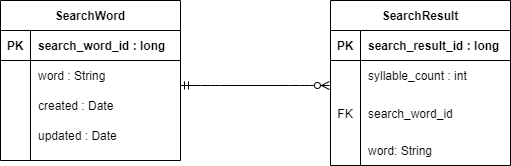
Curtis19-99/freestyle-rhyme keeps this draw.io diagram as docs/img/erd.png. Above is the earlier version. Source tidied: cells renumbered, new cells last; positions are measured from the earlier drawing's top-left corner, leaving out a move shared by most shapes.
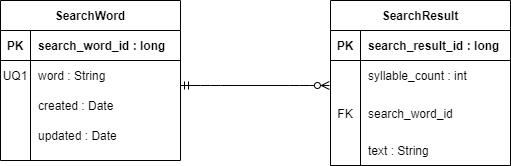
After the commit.

The edit, as a diff of the source:
```diff
@@ -17,7 +17,7 @@
     <mxCell id="6" style="shape=partialRectangle;fillColor=none;top=0;left=0;bottom=0;right=0;" parent="2" vertex="1">
       <mxGeometry y="60" width="180" height="30" as="geometry" />
     </mxCell>
-    <mxCell id="7" style="shape=partialRectangle;fillColor=none;top=0;left=0;bottom=0;right=0;overflow=hidden;" parent="6" vertex="1">
+    <mxCell id="7" value="UQ1" style="shape=partialRectangle;fillColor=none;top=0;left=0;bottom=0;right=0;overflow=hidden;" parent="6" vertex="1">
       <mxGeometry width="30" height="30" as="geometry" />
     </mxCell>
     <mxCell id="8" value="word : String" style="shape=partialRectangle;fillColor=none;top=0;left=0;bottom=0;right=0;align=left;spacingLeft=6;overflow=hidden;" parent="6" vertex="1">
@@ -82,7 +82,7 @@
     <mxCell id="27" style="shape=partialRectangle;fillColor=none;top=0;left=0;bottom=0;right=0;overflow=hidden;" parent="26" vertex="1">
       <mxGeometry width="30" height="30" as="geometry" />
     </mxCell>
-    <mxCell id="28" value="word: String" style="shape=partialRectangle;fillColor=none;top=0;left=0;bottom=0;right=0;align=left;spacingLeft=6;overflow=hidden;" parent="26" vertex="1">
+    <mxCell id="28" value="text : String" style="shape=partialRectangle;fillColor=none;top=0;left=0;bottom=0;right=0;align=left;spacingLeft=6;overflow=hidden;" parent="26" vertex="1">
       <mxGeometry x="30" width="150" height="30" as="geometry" />
     </mxCell>
   </root>
```
